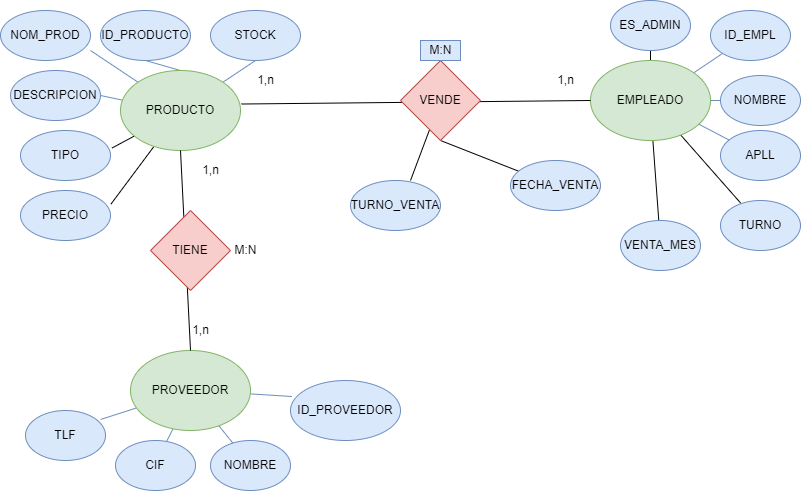
Before: Documentacion/MER.png, a diagram exported from draw.io (JunZH0/proyectoIntegradorUEM). Source tidied: cells renumbered, new cells last; positions are measured from the earlier drawing's top-left corner, leaving out a move shared by most shapes. The source it was exported from:
```xml
<mxGraphModel background="#ffffff">
  <root>
    <mxCell id="0" />
    <mxCell id="1" parent="0" />
    <mxCell id="2" style="edgeStyle=none;rounded=0;jettySize=auto;html=1;exitX=1;exitY=0;exitDx=0;exitDy=0;entryX=0.5;entryY=1;entryDx=0;entryDy=0;endArrow=none;endFill=0;fillColor=#dae8fc;strokeColor=#6c8ebf;" parent="1" edge="1" source="8" target="44">
      <mxGeometry relative="1" as="geometry" />
    </mxCell>
    <mxCell id="3" style="edgeStyle=none;rounded=0;jettySize=auto;html=1;exitX=0.5;exitY=0;exitDx=0;exitDy=0;entryX=0.5;entryY=1;entryDx=0;entryDy=0;endArrow=none;endFill=0;fillColor=#dae8fc;strokeColor=#6c8ebf;" parent="1" edge="1" source="8" target="41">
      <mxGeometry relative="1" as="geometry" />
    </mxCell>
    <mxCell id="4" style="edgeStyle=none;rounded=0;jettySize=auto;html=1;entryX=1;entryY=0.8;entryDx=0;entryDy=0;entryPerimeter=0;endArrow=none;endFill=0;fillColor=#dae8fc;strokeColor=#6c8ebf;" parent="1" edge="1" source="8" target="42">
      <mxGeometry relative="1" as="geometry" />
    </mxCell>
    <mxCell id="5" style="edgeStyle=none;rounded=0;jettySize=auto;html=1;entryX=1;entryY=0.5;entryDx=0;entryDy=0;endArrow=none;endFill=0;fillColor=#dae8fc;strokeColor=#6c8ebf;" parent="1" edge="1" source="8" target="45">
      <mxGeometry relative="1" as="geometry" />
    </mxCell>
    <mxCell id="6" style="edgeStyle=none;rounded=0;jettySize=auto;html=1;entryX=1.017;entryY=0.35;entryDx=0;entryDy=0;entryPerimeter=0;endArrow=none;endFill=0;" parent="1" edge="1" source="8" target="43">
      <mxGeometry relative="1" as="geometry" />
    </mxCell>
    <mxCell id="7" style="edgeStyle=none;rounded=0;jettySize=auto;html=1;entryX=1.006;entryY=0.27;entryDx=0;entryDy=0;entryPerimeter=0;endArrow=none;endFill=0;" parent="1" edge="1" source="8" target="46">
      <mxGeometry relative="1" as="geometry" />
    </mxCell>
    <mxCell id="8" value="PRODUCTO" style="ellipse;whiteSpace=wrap;html=1;fillColor=#d5e8d4;strokeColor=#82b366;" parent="1" vertex="1">
      <mxGeometry x="120" y="70" width="120" height="80" as="geometry" />
    </mxCell>
    <mxCell id="9" style="edgeStyle=none;rounded=0;jettySize=auto;html=1;endArrow=none;endFill=0;" parent="1" edge="1" source="15" target="39">
      <mxGeometry relative="1" as="geometry" />
    </mxCell>
    <mxCell id="10" style="edgeStyle=none;rounded=0;jettySize=auto;html=1;endArrow=none;endFill=0;fillColor=#dae8fc;strokeColor=#6c8ebf;" parent="1" edge="1" source="15" target="35">
      <mxGeometry relative="1" as="geometry" />
    </mxCell>
    <mxCell id="11" style="edgeStyle=none;rounded=0;jettySize=auto;html=1;entryX=0;entryY=0.5;entryDx=0;entryDy=0;endArrow=none;endFill=0;fillColor=#dae8fc;strokeColor=#6c8ebf;" parent="1" edge="1" source="15" target="36">
      <mxGeometry relative="1" as="geometry" />
    </mxCell>
    <mxCell id="12" style="edgeStyle=none;rounded=0;jettySize=auto;html=1;endArrow=none;endFill=0;fillColor=#dae8fc;strokeColor=#6c8ebf;" parent="1" edge="1" source="15" target="37">
      <mxGeometry relative="1" as="geometry" />
    </mxCell>
    <mxCell id="13" style="edgeStyle=none;rounded=0;jettySize=auto;html=1;endArrow=none;endFill=0;" parent="1" edge="1" source="15" target="38">
      <mxGeometry relative="1" as="geometry" />
    </mxCell>
    <mxCell id="14" style="edgeStyle=none;rounded=0;jettySize=auto;html=1;endArrow=none;endFill=0;" parent="1" edge="1" source="15" target="40">
      <mxGeometry relative="1" as="geometry" />
    </mxCell>
    <mxCell id="15" value="EMPLEADO&lt;span style=&quot;color: rgba(0 , 0 , 0 , 0) ; font-family: monospace ; font-size: 0px&quot;&gt;%3CmxGraphModel%3E%3Croot%3E%3CmxCell%20id%3D%220%22%2F%3E%3CmxCell%20id%3D%221%22%20parent%3D%220%22%2F%3E%3CmxCell%20id%3D%222%22%20value%3D%22PRODUCTO%22%20style%3D%22ellipse%3BwhiteSpace%3Dwrap%3Bhtml%3D1%3B%22%20vertex%3D%221%22%20parent%3D%221%22%3E%3CmxGeometry%20x%3D%22140%22%20y%3D%2270%22%20width%3D%22120%22%20height%3D%2280%22%20as%3D%22geometry%22%2F%3E%3C%2FmxCell%3E%3C%2Froot%3E%3C%2FmxGraphModel%3E&lt;/span&gt;" style="ellipse;whiteSpace=wrap;html=1;fillColor=#d5e8d4;strokeColor=#82b366;" parent="1" vertex="1">
      <mxGeometry x="590" y="60" width="120" height="80" as="geometry" />
    </mxCell>
    <mxCell id="16" style="edgeStyle=none;rounded=0;jettySize=auto;html=1;entryX=0.014;entryY=0.267;entryDx=0;entryDy=0;entryPerimeter=0;endArrow=none;endFill=0;fillColor=#dae8fc;strokeColor=#6c8ebf;" parent="1" edge="1" source="20" target="47">
      <mxGeometry relative="1" as="geometry" />
    </mxCell>
    <mxCell id="17" style="edgeStyle=none;rounded=0;jettySize=auto;html=1;endArrow=none;endFill=0;fillColor=#dae8fc;strokeColor=#6c8ebf;" parent="1" edge="1" source="20" target="48">
      <mxGeometry relative="1" as="geometry" />
    </mxCell>
    <mxCell id="18" style="edgeStyle=none;rounded=0;jettySize=auto;html=1;endArrow=none;endFill=0;fillColor=#dae8fc;strokeColor=#6c8ebf;" parent="1" edge="1" source="20" target="49">
      <mxGeometry relative="1" as="geometry" />
    </mxCell>
    <mxCell id="19" style="edgeStyle=none;rounded=0;jettySize=auto;html=1;entryX=0.938;entryY=0.18;entryDx=0;entryDy=0;entryPerimeter=0;endArrow=none;endFill=0;fillColor=#dae8fc;strokeColor=#6c8ebf;" parent="1" edge="1" source="20" target="50">
      <mxGeometry relative="1" as="geometry" />
    </mxCell>
    <mxCell id="20" value="PROVEEDOR" style="ellipse;whiteSpace=wrap;html=1;fillColor=#d5e8d4;strokeColor=#82b366;" parent="1" vertex="1">
      <mxGeometry x="130" y="350" width="120" height="80" as="geometry" />
    </mxCell>
    <mxCell id="21" style="endArrow=none;html=1;rounded=0;entryX=0.5;entryY=1;entryDx=0;entryDy=0;exitX=0.5;exitY=0;exitDx=0;exitDy=0;" parent="1" edge="1" source="20" target="8">
      <mxGeometry relative="1" as="geometry" />
    </mxCell>
    <mxCell id="22" value="TIENE" style="rhombus;whiteSpace=wrap;html=1;fillColor=#f8cecc;strokeColor=#b85450;" parent="1" vertex="1">
      <mxGeometry x="150" y="210" width="80" height="80" as="geometry" />
    </mxCell>
    <mxCell id="23" value="1,n" style="text;html=1;align=center;verticalAlign=middle;strokeColor=none;fillColor=none;" parent="1" vertex="1">
      <mxGeometry x="185" y="320" width="30" height="20" as="geometry" />
    </mxCell>
    <mxCell id="24" value="1,n" style="text;html=1;align=center;verticalAlign=middle;strokeColor=none;fillColor=none;" parent="1" vertex="1">
      <mxGeometry x="195" y="160" width="30" height="20" as="geometry" />
    </mxCell>
    <mxCell id="25" value="M:N" style="text;html=1;align=center;verticalAlign=middle;strokeColor=none;fillColor=none;" parent="1" vertex="1">
      <mxGeometry x="225" y="240" width="40" height="20" as="geometry" />
    </mxCell>
    <mxCell id="26" style="endArrow=none;html=1;rounded=0;entryX=0;entryY=0.5;entryDx=0;entryDy=0;exitX=1.008;exitY=0.419;exitDx=0;exitDy=0;exitPerimeter=0;" parent="1" edge="1" source="8" target="15">
      <mxGeometry relative="1" as="geometry" />
    </mxCell>
    <mxCell id="27" style="rounded=0;jettySize=auto;html=1;exitX=0.5;exitY=1;exitDx=0;exitDy=0;endArrow=none;endFill=0;" parent="1" edge="1" source="29" target="33">
      <mxGeometry relative="1" as="geometry" />
    </mxCell>
    <mxCell id="28" style="edgeStyle=none;rounded=0;jettySize=auto;html=1;endArrow=none;endFill=0;" parent="1" edge="1" source="29">
      <mxGeometry relative="1" as="geometry">
        <mxPoint x="410" y="180" as="targetPoint" />
      </mxGeometry>
    </mxCell>
    <mxCell id="29" value="VENDE" style="rhombus;whiteSpace=wrap;html=1;fillColor=#f8cecc;strokeColor=#b85450;" parent="1" vertex="1">
      <mxGeometry x="400" y="60" width="80" height="80" as="geometry" />
    </mxCell>
    <mxCell id="30" value="1,n" style="text;html=1;align=center;verticalAlign=middle;" parent="1" vertex="1">
      <mxGeometry x="250" y="70" width="30" height="20" as="geometry" />
    </mxCell>
    <mxCell id="31" value="1,n" style="text;html=1;align=center;verticalAlign=middle;strokeColor=none;fillColor=none;" parent="1" vertex="1">
      <mxGeometry x="550" y="70" width="30" height="20" as="geometry" />
    </mxCell>
    <mxCell id="32" value="M:N" style="text;html=1;align=center;verticalAlign=middle;strokeColor=#6c8ebf;fillColor=#dae8fc;" parent="1" vertex="1">
      <mxGeometry x="420" y="40" width="40" height="20" as="geometry" />
    </mxCell>
    <mxCell id="33" value="FECHA_VENTA" style="ellipse;whiteSpace=wrap;html=1;fillColor=#dae8fc;strokeColor=#6c8ebf;" parent="1" vertex="1">
      <mxGeometry x="510" y="160" width="90" height="50" as="geometry" />
    </mxCell>
    <mxCell id="34" value="TURNO_VENTA" style="ellipse;whiteSpace=wrap;html=1;fillColor=#dae8fc;strokeColor=#6c8ebf;" parent="1" vertex="1">
      <mxGeometry x="350" y="180" width="90" height="50" as="geometry" />
    </mxCell>
    <mxCell id="35" value="ID_EMPL" style="ellipse;whiteSpace=wrap;html=1;fillColor=#dae8fc;strokeColor=#6c8ebf;" parent="1" vertex="1">
      <mxGeometry x="710" y="10" width="80" height="50" as="geometry" />
    </mxCell>
    <mxCell id="36" value="NOMBRE" style="ellipse;whiteSpace=wrap;html=1;fillColor=#dae8fc;strokeColor=#6c8ebf;" parent="1" vertex="1">
      <mxGeometry x="720" y="75" width="80" height="50" as="geometry" />
    </mxCell>
    <mxCell id="37" value="APLL" style="ellipse;whiteSpace=wrap;html=1;fillColor=#dae8fc;strokeColor=#6c8ebf;" parent="1" vertex="1">
      <mxGeometry x="720" y="130" width="80" height="50" as="geometry" />
    </mxCell>
    <mxCell id="38" value="TURNO" style="ellipse;whiteSpace=wrap;html=1;fillColor=#dae8fc;strokeColor=#6c8ebf;" parent="1" vertex="1">
      <mxGeometry x="720" y="200" width="80" height="50" as="geometry" />
    </mxCell>
    <mxCell id="39" value="ES_ADMIN" style="ellipse;whiteSpace=wrap;html=1;fillColor=#dae8fc;strokeColor=#6c8ebf;" parent="1" vertex="1">
      <mxGeometry x="610" width="80" height="50" as="geometry" />
    </mxCell>
    <mxCell id="40" value="VENTA_MES" style="ellipse;whiteSpace=wrap;html=1;fillColor=#dae8fc;strokeColor=#6c8ebf;" parent="1" vertex="1">
      <mxGeometry x="620" y="220" width="80" height="50" as="geometry" />
    </mxCell>
    <mxCell id="41" value="ID_PRODUCTO" style="ellipse;whiteSpace=wrap;html=1;fillColor=#dae8fc;strokeColor=#6c8ebf;" parent="1" vertex="1">
      <mxGeometry x="100" y="10" width="90" height="50" as="geometry" />
    </mxCell>
    <mxCell id="42" value="NOM_PROD" style="ellipse;whiteSpace=wrap;html=1;fillColor=#dae8fc;strokeColor=#6c8ebf;" parent="1" vertex="1">
      <mxGeometry y="10" width="90" height="50" as="geometry" />
    </mxCell>
    <mxCell id="43" value="TIPO" style="ellipse;whiteSpace=wrap;html=1;fillColor=#dae8fc;strokeColor=#6c8ebf;" parent="1" vertex="1">
      <mxGeometry x="20" y="130" width="90" height="50" as="geometry" />
    </mxCell>
    <mxCell id="44" value="STOCK" style="ellipse;whiteSpace=wrap;html=1;fillColor=#dae8fc;strokeColor=#6c8ebf;" parent="1" vertex="1">
      <mxGeometry x="210" y="10" width="90" height="50" as="geometry" />
    </mxCell>
    <mxCell id="45" value="DESCRIPCION" style="ellipse;whiteSpace=wrap;html=1;fillColor=#dae8fc;strokeColor=#6c8ebf;" parent="1" vertex="1">
      <mxGeometry x="10" y="70" width="90" height="50" as="geometry" />
    </mxCell>
    <mxCell id="46" value="PRECIO" style="ellipse;whiteSpace=wrap;html=1;fillColor=#dae8fc;strokeColor=#6c8ebf;" parent="1" vertex="1">
      <mxGeometry x="20" y="190" width="90" height="50" as="geometry" />
    </mxCell>
    <mxCell id="47" value="ID_PROVEEDOR" style="ellipse;whiteSpace=wrap;html=1;fillColor=#dae8fc;strokeColor=#6c8ebf;" parent="1" vertex="1">
      <mxGeometry x="290" y="380" width="110" height="60" as="geometry" />
    </mxCell>
    <mxCell id="48" value="NOMBRE" style="ellipse;whiteSpace=wrap;html=1;fillColor=#dae8fc;strokeColor=#6c8ebf;" parent="1" vertex="1">
      <mxGeometry x="210" y="440" width="80" height="50" as="geometry" />
    </mxCell>
    <mxCell id="49" value="CIF" style="ellipse;whiteSpace=wrap;html=1;fillColor=#dae8fc;strokeColor=#6c8ebf;" parent="1" vertex="1">
      <mxGeometry x="115" y="440" width="80" height="50" as="geometry" />
    </mxCell>
    <mxCell id="50" value="TLF" style="ellipse;whiteSpace=wrap;html=1;fillColor=#dae8fc;strokeColor=#6c8ebf;" parent="1" vertex="1">
      <mxGeometry x="25" y="410" width="80" height="50" as="geometry" />
    </mxCell>
  </root>
</mxGraphModel>
```
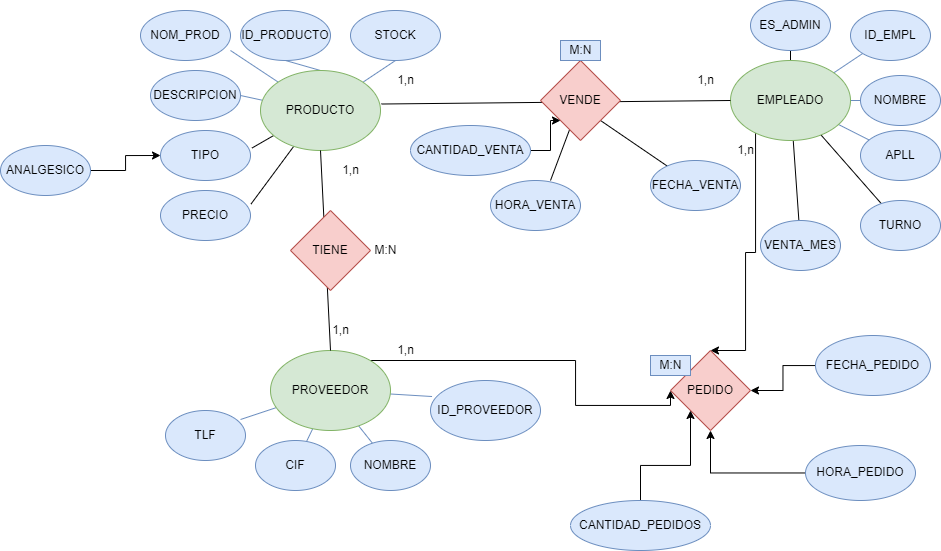
The same diagram one commit later.

Change to the diagram source:
```diff
@@ -41,6 +41,14 @@
     <mxCell id="14" style="edgeStyle=none;rounded=0;jettySize=auto;html=1;endArrow=none;endFill=0;" parent="1" edge="1" source="15" target="40">
       <mxGeometry relative="1" as="geometry" />
     </mxCell>
+    <mxCell id="51" style="edgeStyle=orthogonalEdgeStyle;rounded=0;jettySize=auto;html=1;entryX=0.5;entryY=0;entryDx=0;entryDy=0;" parent="1" edge="1" source="15" target="53">
+      <mxGeometry relative="1" as="geometry">
+        <Array as="points">
+          <mxPoint x="615" y="252" />
+          <mxPoint x="605" y="252" />
+        </Array>
+      </mxGeometry>
+    </mxCell>
     <mxCell id="15" value="EMPLEADO&lt;span style=&quot;color: rgba(0 , 0 , 0 , 0) ; font-family: monospace ; font-size: 0px&quot;&gt;%3CmxGraphModel%3E%3Croot%3E%3CmxCell%20id%3D%220%22%2F%3E%3CmxCell%20id%3D%221%22%20parent%3D%220%22%2F%3E%3CmxCell%20id%3D%222%22%20value%3D%22PRODUCTO%22%20style%3D%22ellipse%3BwhiteSpace%3Dwrap%3Bhtml%3D1%3B%22%20vertex%3D%221%22%20parent%3D%221%22%3E%3CmxGeometry%20x%3D%22140%22%20y%3D%2270%22%20width%3D%22120%22%20height%3D%2280%22%20as%3D%22geometry%22%2F%3E%3C%2FmxCell%3E%3C%2Froot%3E%3C%2FmxGraphModel%3E&lt;/span&gt;" style="ellipse;whiteSpace=wrap;html=1;fillColor=#d5e8d4;strokeColor=#82b366;" parent="1" vertex="1">
       <mxGeometry x="590" y="60" width="120" height="80" as="geometry" />
     </mxCell>
@@ -56,6 +64,14 @@
     <mxCell id="19" style="edgeStyle=none;rounded=0;jettySize=auto;html=1;entryX=0.938;entryY=0.18;entryDx=0;entryDy=0;entryPerimeter=0;endArrow=none;endFill=0;fillColor=#dae8fc;strokeColor=#6c8ebf;" parent="1" edge="1" source="20" target="50">
       <mxGeometry relative="1" as="geometry" />
     </mxCell>
+    <mxCell id="52" style="edgeStyle=orthogonalEdgeStyle;rounded=0;jettySize=auto;html=1;entryX=0;entryY=0.5;entryDx=0;entryDy=0;" parent="1" edge="1" source="20" target="53">
+      <mxGeometry relative="1" as="geometry">
+        <Array as="points">
+          <mxPoint x="435" y="360" />
+          <mxPoint x="435" y="405" />
+        </Array>
+      </mxGeometry>
+    </mxCell>
     <mxCell id="20" value="PROVEEDOR" style="ellipse;whiteSpace=wrap;html=1;fillColor=#d5e8d4;strokeColor=#82b366;" parent="1" vertex="1">
       <mxGeometry x="130" y="350" width="120" height="80" as="geometry" />
     </mxCell>
@@ -77,7 +93,7 @@
     <mxCell id="26" style="endArrow=none;html=1;rounded=0;entryX=0;entryY=0.5;entryDx=0;entryDy=0;exitX=1.008;exitY=0.419;exitDx=0;exitDy=0;exitPerimeter=0;" parent="1" edge="1" source="8" target="15">
       <mxGeometry relative="1" as="geometry" />
     </mxCell>
-    <mxCell id="27" style="rounded=0;jettySize=auto;html=1;exitX=0.5;exitY=1;exitDx=0;exitDy=0;endArrow=none;endFill=0;" parent="1" edge="1" source="29" target="33">
+    <mxCell id="27" style="rounded=0;jettySize=auto;html=1;exitX=1;exitY=1;exitDx=0;exitDy=0;endArrow=none;endFill=0;" parent="1" edge="1" source="29" target="33">
       <mxGeometry relative="1" as="geometry" />
     </mxCell>
     <mxCell id="28" style="edgeStyle=none;rounded=0;jettySize=auto;html=1;endArrow=none;endFill=0;" parent="1" edge="1" source="29">
@@ -100,7 +116,7 @@
     <mxCell id="33" value="FECHA_VENTA" style="ellipse;whiteSpace=wrap;html=1;fillColor=#dae8fc;strokeColor=#6c8ebf;" parent="1" vertex="1">
       <mxGeometry x="510" y="160" width="90" height="50" as="geometry" />
     </mxCell>
-    <mxCell id="34" value="TURNO_VENTA" style="ellipse;whiteSpace=wrap;html=1;fillColor=#dae8fc;strokeColor=#6c8ebf;" parent="1" vertex="1">
+    <mxCell id="34" value="HORA_VENTA" style="ellipse;whiteSpace=wrap;html=1;fillColor=#dae8fc;strokeColor=#6c8ebf;" parent="1" vertex="1">
       <mxGeometry x="350" y="180" width="90" height="50" as="geometry" />
     </mxCell>
     <mxCell id="35" value="ID_EMPL" style="ellipse;whiteSpace=wrap;html=1;fillColor=#dae8fc;strokeColor=#6c8ebf;" parent="1" vertex="1">
@@ -151,5 +167,47 @@
     <mxCell id="50" value="TLF" style="ellipse;whiteSpace=wrap;html=1;fillColor=#dae8fc;strokeColor=#6c8ebf;" parent="1" vertex="1">
       <mxGeometry x="25" y="410" width="80" height="50" as="geometry" />
     </mxCell>
+    <mxCell id="53" value="PEDIDO" style="rhombus;whiteSpace=wrap;html=1;fillColor=#f8cecc;strokeColor=#b85450;" parent="1" vertex="1">
+      <mxGeometry x="530" y="350" width="80" height="80" as="geometry" />
+    </mxCell>
+    <mxCell id="54" style="edgeStyle=orthogonalEdgeStyle;rounded=0;jettySize=auto;html=1;" parent="1" edge="1" source="55" target="53">
+      <mxGeometry relative="1" as="geometry" />
+    </mxCell>
+    <mxCell id="55" value="FECHA_PEDIDO" style="ellipse;whiteSpace=wrap;html=1;fillColor=#dae8fc;strokeColor=#6c8ebf;" parent="1" vertex="1">
+      <mxGeometry x="675" y="335" width="115" height="60" as="geometry" />
+    </mxCell>
+    <mxCell id="56" style="edgeStyle=orthogonalEdgeStyle;rounded=0;jettySize=auto;html=1;" parent="1" edge="1" source="57" target="53">
+      <mxGeometry relative="1" as="geometry" />
+    </mxCell>
+    <mxCell id="57" value="HORA_PEDIDO" style="ellipse;whiteSpace=wrap;html=1;fillColor=#dae8fc;strokeColor=#6c8ebf;" parent="1" vertex="1">
+      <mxGeometry x="665" y="445" width="110" height="55" as="geometry" />
+    </mxCell>
+    <mxCell id="58" value="1,n" style="text;html=1;align=center;verticalAlign=middle;strokeColor=none;fillColor=none;" parent="1" vertex="1">
+      <mxGeometry x="250" y="340" width="30" height="20" as="geometry" />
+    </mxCell>
+    <mxCell id="59" value="1,n" style="text;html=1;align=center;verticalAlign=middle;strokeColor=none;fillColor=none;" parent="1" vertex="1">
+      <mxGeometry x="590" y="140" width="30" height="20" as="geometry" />
+    </mxCell>
+    <mxCell id="60" value="M:N" style="text;html=1;align=center;verticalAlign=middle;strokeColor=#6c8ebf;fillColor=#dae8fc;" parent="1" vertex="1">
+      <mxGeometry x="510" y="355" width="40" height="20" as="geometry" />
+    </mxCell>
+    <mxCell id="61" style="edgeStyle=orthogonalEdgeStyle;rounded=0;jettySize=auto;html=1;entryX=0;entryY=1;entryDx=0;entryDy=0;" parent="1" edge="1" source="62" target="29">
+      <mxGeometry relative="1" as="geometry" />
+    </mxCell>
+    <mxCell id="62" value="CANTIDAD_VENTA" style="ellipse;whiteSpace=wrap;html=1;fillColor=#dae8fc;strokeColor=#6c8ebf;" parent="1" vertex="1">
+      <mxGeometry x="270" y="125" width="120" height="50" as="geometry" />
+    </mxCell>
+    <mxCell id="63" style="edgeStyle=orthogonalEdgeStyle;rounded=0;jettySize=auto;html=1;entryX=0;entryY=1;entryDx=0;entryDy=0;" parent="1" edge="1" source="64" target="53">
+      <mxGeometry relative="1" as="geometry" />
+    </mxCell>
+    <mxCell id="64" value="CANTIDAD_PEDIDOS" style="ellipse;whiteSpace=wrap;html=1;fillColor=#dae8fc;strokeColor=#6c8ebf;" parent="1" vertex="1">
+      <mxGeometry x="430" y="500" width="140" height="50" as="geometry" />
+    </mxCell>
+    <mxCell id="65" style="edgeStyle=orthogonalEdgeStyle;rounded=0;jettySize=auto;html=1;entryX=0;entryY=0.5;entryDx=0;entryDy=0;" parent="1" edge="1" source="66" target="43">
+      <mxGeometry relative="1" as="geometry" />
+    </mxCell>
+    <mxCell id="66" value="ANALGESICO" style="ellipse;whiteSpace=wrap;html=1;fillColor=#dae8fc;strokeColor=#6c8ebf;" parent="1" vertex="1">
+      <mxGeometry x="-140" y="145" width="90" height="50" as="geometry" />
+    </mxCell>
   </root>
 </mxGraphModel>
```
